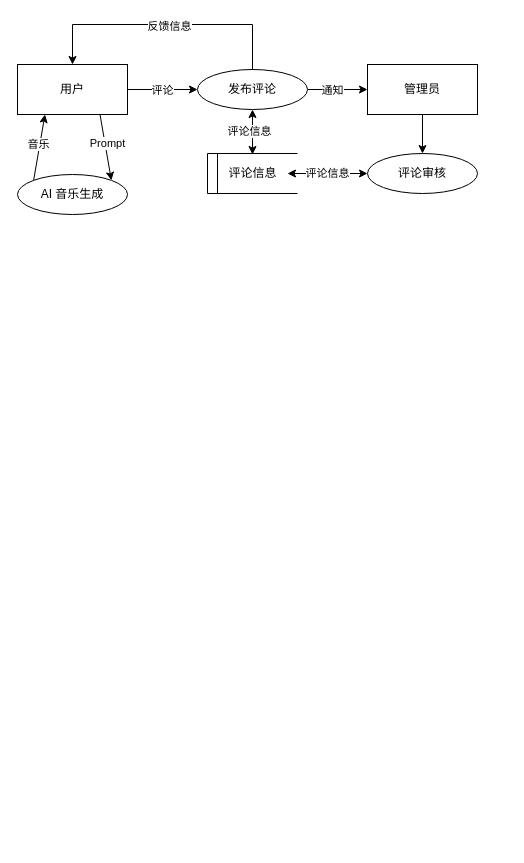
This is 文档/images/dataflow-1.drawio from SunSeaLucky/MusicStorm, a draw.io file, before an edit. Source tidied: cells renumbered, new cells numbered last; positions are measured from the earlier drawing's top-left corner, leaving out a move shared by most shapes. Both pictures are drawn from the tidied source at 100%, with x=0, y=0 at pixel (17, 24).
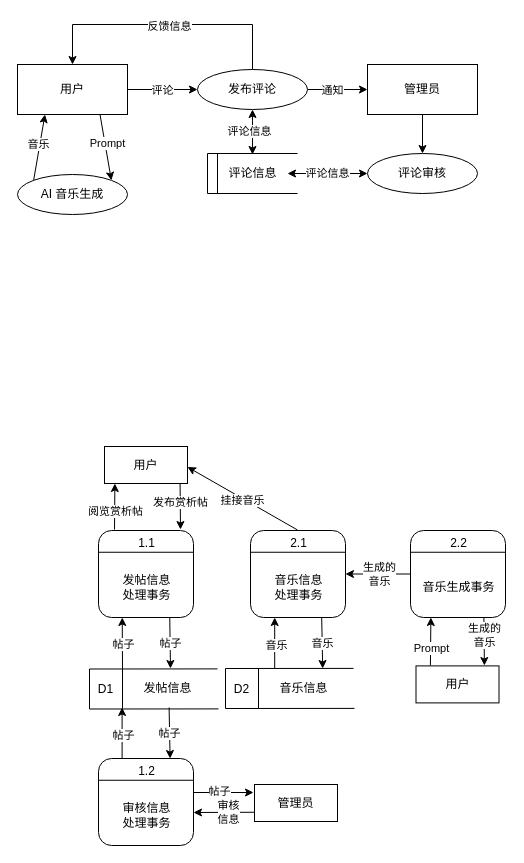
The same page after the edit.

Change to the diagram source:
```diff
@@
+    <mxCell id="28" style="edgeStyle=none;html=1;" parent="1" edge="1">
+      <mxGeometry relative="1" as="geometry">
+        <mxPoint x="162.6" y="459" as="sourcePoint" />
+        <mxPoint x="163" y="505" as="targetPoint" />
+      </mxGeometry>
+    </mxCell>
+    <mxCell id="29" value="&lt;span style=&quot;color: rgb(0, 0, 0);&quot;&gt;发布赏析帖&lt;/span&gt;" style="edgeLabel;html=1;align=center;verticalAlign=middle;" parent="28" vertex="1">
+      <mxGeometry x="-0.18" relative="1" as="geometry" />
+    </mxCell>
+    <mxCell id="30" value="用户" style="rounded=0;whiteSpace=wrap;html=1;" parent="1" vertex="1">
+      <mxGeometry x="87" y="422" width="83" height="37" as="geometry" />
+    </mxCell>
+    <mxCell id="31" style="endArrow=none;html=1;" parent="1" edge="1">
+      <mxGeometry relative="1" as="geometry">
+        <mxPoint x="72" y="644.5" as="sourcePoint" />
+        <mxPoint x="200" y="644.4" as="targetPoint" />
+      </mxGeometry>
+    </mxCell>
+    <mxCell id="32" style="endArrow=none;html=1;" parent="1" edge="1">
+      <mxGeometry relative="1" as="geometry">
+        <mxPoint x="72" y="684.5" as="sourcePoint" />
+        <mxPoint x="72" y="644.5" as="targetPoint" />
+      </mxGeometry>
+    </mxCell>
+    <mxCell id="33" style="endArrow=none;html=1;" parent="1" edge="1">
+      <mxGeometry relative="1" as="geometry">
+        <mxPoint x="72" y="684.5" as="sourcePoint" />
+        <mxPoint x="201" y="684.4" as="targetPoint" />
+      </mxGeometry>
+    </mxCell>
+    <mxCell id="34" value="发帖信息" style="text;html=1;align=center;verticalAlign=middle;strokeColor=none;fillColor=none;" parent="1" vertex="1">
+      <mxGeometry x="117" y="651" width="66" height="26" as="geometry" />
+    </mxCell>
+    <mxCell id="35" style="endArrow=none;html=1;" parent="1" edge="1">
+      <mxGeometry relative="1" as="geometry">
+        <mxPoint x="105" y="684" as="sourcePoint" />
+        <mxPoint x="105" y="644" as="targetPoint" />
+      </mxGeometry>
+    </mxCell>
+    <mxCell id="36" value="D1" style="text;html=1;align=center;verticalAlign=middle;strokeColor=none;fillColor=none;" parent="1" vertex="1">
+      <mxGeometry x="71" y="652.4" width="33" height="26" as="geometry" />
+    </mxCell>
+    <mxCell id="37" style="endArrow=none;html=1;" parent="1" edge="1">
+      <mxGeometry relative="1" as="geometry">
+        <mxPoint x="208" y="644" as="sourcePoint" />
+        <mxPoint x="336" y="643.9" as="targetPoint" />
+      </mxGeometry>
+    </mxCell>
+    <mxCell id="38" style="endArrow=none;html=1;" parent="1" edge="1">
+      <mxGeometry relative="1" as="geometry">
+        <mxPoint x="208" y="684" as="sourcePoint" />
+        <mxPoint x="208" y="644" as="targetPoint" />
+      </mxGeometry>
+    </mxCell>
+    <mxCell id="39" style="endArrow=none;html=1;" parent="1" edge="1">
+      <mxGeometry relative="1" as="geometry">
+        <mxPoint x="208" y="684" as="sourcePoint" />
+        <mxPoint x="337" y="683.9" as="targetPoint" />
+      </mxGeometry>
+    </mxCell>
+    <mxCell id="40" value="&lt;span style=&quot;color: rgb(0, 0, 0);&quot;&gt;音乐信息&lt;/span&gt;" style="text;html=1;align=center;verticalAlign=middle;strokeColor=none;fillColor=none;" parent="1" vertex="1">
+      <mxGeometry x="253" y="650.5" width="66" height="26" as="geometry" />
+    </mxCell>
+    <mxCell id="41" style="endArrow=none;html=1;" parent="1" edge="1">
+      <mxGeometry relative="1" as="geometry">
+        <mxPoint x="241" y="683.5" as="sourcePoint" />
+        <mxPoint x="241" y="643.5" as="targetPoint" />
+      </mxGeometry>
+    </mxCell>
+    <mxCell id="42" value="D2" style="text;html=1;align=center;verticalAlign=middle;strokeColor=none;fillColor=none;" parent="1" vertex="1">
+      <mxGeometry x="207" y="651.9" width="33" height="26" as="geometry" />
+    </mxCell>
+    <mxCell id="43" style="rounded=1;whiteSpace=wrap;html=1;" parent="1" vertex="1">
+      <mxGeometry x="81" y="506" width="95" height="87" as="geometry" />
+    </mxCell>
+    <mxCell id="44" style="endArrow=none;html=1;exitX=0;exitY=0.25;exitDx=0;exitDy=0;entryX=1;entryY=0.25;entryDx=0;entryDy=0;" parent="1" edge="1" source="43" target="43">
+      <mxGeometry relative="1" as="geometry" />
+    </mxCell>
+    <mxCell id="45" value="1.1" style="text;html=1;align=center;verticalAlign=middle;strokeColor=none;fillColor=none;" parent="1" vertex="1">
+      <mxGeometry x="111" y="506" width="35" height="26" as="geometry" />
+    </mxCell>
+    <mxCell id="46" value="发帖信息&lt;div&gt;处理事务&lt;/div&gt;" style="text;html=1;align=center;verticalAlign=middle;strokeColor=none;fillColor=none;" parent="1" vertex="1">
+      <mxGeometry x="95.5" y="542" width="66" height="41" as="geometry" />
+    </mxCell>
+    <mxCell id="47" style="endArrow=classic;html=1;entryX=0.25;entryY=1;entryDx=0;entryDy=0;" parent="1" edge="1" target="43">
+      <mxGeometry relative="1" as="geometry">
+        <mxPoint x="105" y="644" as="sourcePoint" />
+      </mxGeometry>
+    </mxCell>
+    <mxCell id="48" value="帖子" style="edgeLabel;html=1;align=center;verticalAlign=middle;" parent="47" vertex="1">
+      <mxGeometry x="-0.04" y="-1" relative="1" as="geometry" />
+    </mxCell>
+    <mxCell id="49" value="帖子" style="endArrow=classic;html=1;exitX=0.75;exitY=1;exitDx=0;exitDy=0;" parent="1" edge="1" source="43">
+      <mxGeometry relative="1" as="geometry">
+        <mxPoint x="153" y="644" as="targetPoint" />
+      </mxGeometry>
+    </mxCell>
+    <mxCell id="50" style="rounded=1;whiteSpace=wrap;html=1;" parent="1" vertex="1">
+      <mxGeometry x="233" y="506" width="95" height="87" as="geometry" />
+    </mxCell>
+    <mxCell id="51" style="endArrow=none;html=1;exitX=0;exitY=0.25;exitDx=0;exitDy=0;entryX=1;entryY=0.25;entryDx=0;entryDy=0;" parent="1" edge="1" source="50" target="50">
+      <mxGeometry relative="1" as="geometry" />
+    </mxCell>
+    <mxCell id="52" style="edgeStyle=none;html=1;entryX=1;entryY=0.5;entryDx=0;entryDy=0;exitX=0.486;exitY=-0.02;exitDx=0;exitDy=0;exitPerimeter=0;" parent="1" edge="1" source="54">
+      <mxGeometry relative="1" as="geometry">
+        <mxPoint x="170" y="442.5" as="targetPoint" />
+      </mxGeometry>
+    </mxCell>
+    <mxCell id="53" value="挂接音乐" style="edgeLabel;html=1;align=center;verticalAlign=middle;" parent="52" vertex="1">
+      <mxGeometry y="1" relative="1" as="geometry" />
+    </mxCell>
+    <mxCell id="54" value="2.1" style="text;html=1;align=center;verticalAlign=middle;points=[];strokeColor=none;fillColor=none;" parent="1" vertex="1">
+      <mxGeometry x="263" y="506" width="35" height="26" as="geometry" />
+    </mxCell>
+    <mxCell id="55" value="音乐信息&lt;div&gt;处理事务&lt;/div&gt;" style="text;html=1;align=center;verticalAlign=middle;strokeColor=none;fillColor=none;" parent="1" vertex="1">
+      <mxGeometry x="247.5" y="542" width="66" height="41" as="geometry" />
+    </mxCell>
+    <mxCell id="56" style="endArrow=classic;html=1;entryX=0.25;entryY=1;entryDx=0;entryDy=0;" parent="1" edge="1">
+      <mxGeometry relative="1" as="geometry">
+        <mxPoint x="257.2" y="644" as="sourcePoint" />
+        <mxPoint x="257.2" y="593" as="targetPoint" />
+      </mxGeometry>
+    </mxCell>
+    <mxCell id="57" value="音乐" style="edgeLabel;html=1;align=center;verticalAlign=middle;" parent="56" vertex="1">
+      <mxGeometry x="-0.04" y="-1" relative="1" as="geometry" />
+    </mxCell>
+    <mxCell id="58" value="音乐" style="endArrow=classic;html=1;exitX=0.75;exitY=1;exitDx=0;exitDy=0;" parent="1" edge="1">
+      <mxGeometry relative="1" as="geometry">
+        <mxPoint x="304.2" y="593" as="sourcePoint" />
+        <mxPoint x="305.2" y="644" as="targetPoint" />
+      </mxGeometry>
+    </mxCell>
+    <mxCell id="59" style="edgeStyle=none;html=1;entryX=1;entryY=0.5;entryDx=0;entryDy=0;" parent="1" edge="1" source="61" target="50">
+      <mxGeometry relative="1" as="geometry" />
+    </mxCell>
+    <mxCell id="60" value="生成的&lt;div&gt;音乐&lt;/div&gt;" style="edgeLabel;html=1;align=center;verticalAlign=middle;" parent="59" vertex="1">
+      <mxGeometry x="-0.02" relative="1" as="geometry" />
+    </mxCell>
+    <mxCell id="61" style="rounded=1;whiteSpace=wrap;html=1;" parent="1" vertex="1">
+      <mxGeometry x="393" y="506" width="95" height="87" as="geometry" />
+    </mxCell>
+    <mxCell id="62" style="endArrow=none;html=1;exitX=0;exitY=0.25;exitDx=0;exitDy=0;entryX=1;entryY=0.25;entryDx=0;entryDy=0;" parent="1" edge="1" source="61" target="61">
+      <mxGeometry relative="1" as="geometry" />
+    </mxCell>
+    <mxCell id="63" value="2.2" style="text;html=1;align=center;verticalAlign=middle;strokeColor=none;fillColor=none;" parent="1" vertex="1">
+      <mxGeometry x="423" y="506" width="35" height="26" as="geometry" />
+    </mxCell>
+    <mxCell id="64" value="音乐生成事务" style="text;html=1;align=center;verticalAlign=middle;strokeColor=none;fillColor=none;" parent="1" vertex="1">
+      <mxGeometry x="395.5" y="550" width="90" height="26" as="geometry" />
+    </mxCell>
+    <mxCell id="65" style="edgeStyle=none;html=1;" parent="1" edge="1">
+      <mxGeometry relative="1" as="geometry">
+        <mxPoint x="97" y="505" as="sourcePoint" />
+        <mxPoint x="97.4" y="459" as="targetPoint" />
+      </mxGeometry>
+    </mxCell>
+    <mxCell id="66" value="&lt;span style=&quot;color: rgb(0, 0, 0);&quot;&gt;阅览赏析帖&lt;/span&gt;" style="edgeLabel;html=1;align=center;verticalAlign=middle;" parent="65" vertex="1">
+      <mxGeometry x="-0.18" relative="1" as="geometry" />
+    </mxCell>
+    <mxCell id="67" style="edgeStyle=none;html=1;exitX=0.5;exitY=1;exitDx=0;exitDy=0;" parent="1" edge="1">
+      <mxGeometry relative="1" as="geometry">
+        <mxPoint x="412.9" y="641" as="sourcePoint" />
+        <mxPoint x="413.4" y="593" as="targetPoint" />
+      </mxGeometry>
+    </mxCell>
+    <mxCell id="68" value="Prompt" style="edgeLabel;html=1;align=center;verticalAlign=middle;" parent="67" vertex="1">
+      <mxGeometry x="-0.26" relative="1" as="geometry" />
+    </mxCell>
+    <mxCell id="69" value="用户" style="rounded=0;whiteSpace=wrap;html=1;" parent="1" vertex="1">
+      <mxGeometry x="398.5" y="641.4" width="83" height="37" as="geometry" />
+    </mxCell>
+    <mxCell id="70" value="管理员" style="rounded=0;whiteSpace=wrap;html=1;" parent="1" vertex="1">
+      <mxGeometry x="237" y="760" width="83" height="37" as="geometry" />
+    </mxCell>
+    <mxCell id="71" style="edgeStyle=none;html=1;" parent="1" edge="1">
+      <mxGeometry relative="1" as="geometry">
+        <mxPoint x="176" y="768" as="sourcePoint" />
+        <mxPoint x="236" y="768" as="targetPoint" />
+      </mxGeometry>
+    </mxCell>
+    <mxCell id="72" value="帖子" style="edgeLabel;html=1;align=center;verticalAlign=middle;" parent="71" vertex="1">
+      <mxGeometry x="-0.18" y="2" relative="1" as="geometry" />
+    </mxCell>
+    <mxCell id="73" style="rounded=1;whiteSpace=wrap;html=1;" parent="1" vertex="1">
+      <mxGeometry x="81" y="734" width="95" height="87" as="geometry" />
+    </mxCell>
+    <mxCell id="74" style="endArrow=none;html=1;exitX=0;exitY=0.25;exitDx=0;exitDy=0;entryX=1;entryY=0.25;entryDx=0;entryDy=0;" parent="1" edge="1" source="73" target="73">
+      <mxGeometry relative="1" as="geometry" />
+    </mxCell>
+    <mxCell id="75" value="1.2" style="text;html=1;align=center;verticalAlign=middle;strokeColor=none;fillColor=none;" parent="1" vertex="1">
+      <mxGeometry x="111" y="734" width="35" height="26" as="geometry" />
+    </mxCell>
+    <mxCell id="76" value="审核信息&lt;div&gt;处理事务&lt;/div&gt;" style="text;html=1;align=center;verticalAlign=middle;strokeColor=none;fillColor=none;" parent="1" vertex="1">
+      <mxGeometry x="95.5" y="770" width="66" height="41" as="geometry" />
+    </mxCell>
+    <mxCell id="77" style="endArrow=classic;html=1;entryX=0.25;entryY=1;entryDx=0;entryDy=0;" parent="1" edge="1">
+      <mxGeometry relative="1" as="geometry">
+        <mxPoint x="104.6" y="734" as="sourcePoint" />
+        <mxPoint x="104.6" y="683" as="targetPoint" />
+      </mxGeometry>
+    </mxCell>
+    <mxCell id="78" value="帖子" style="edgeLabel;html=1;align=center;verticalAlign=middle;" parent="77" vertex="1">
+      <mxGeometry x="-0.04" y="-1" relative="1" as="geometry" />
+    </mxCell>
+    <mxCell id="79" value="帖子" style="endArrow=classic;html=1;exitX=0.75;exitY=1;exitDx=0;exitDy=0;" parent="1" edge="1">
+      <mxGeometry relative="1" as="geometry">
+        <mxPoint x="151.6" y="683" as="sourcePoint" />
+        <mxPoint x="152.6" y="734" as="targetPoint" />
+      </mxGeometry>
+    </mxCell>
+    <mxCell id="80" style="edgeStyle=none;html=1;entryX=0;entryY=0.5;entryDx=0;entryDy=0;exitX=0;exitY=0.75;exitDx=0;exitDy=0;" parent="1" edge="1" source="70">
+      <mxGeometry relative="1" as="geometry">
+        <mxPoint x="176" y="788" as="targetPoint" />
+      </mxGeometry>
+    </mxCell>
+    <mxCell id="81" value="审核&lt;div&gt;信息&lt;/div&gt;" style="edgeLabel;html=1;align=center;verticalAlign=middle;" parent="80" vertex="1">
+      <mxGeometry x="-0.11" relative="1" as="geometry" />
+    </mxCell>
+    <mxCell id="82" style="edgeStyle=none;html=1;exitX=0.5;exitY=1;exitDx=0;exitDy=0;" parent="1" edge="1">
+      <mxGeometry relative="1" as="geometry">
+        <mxPoint x="466.4" y="593" as="sourcePoint" />
+        <mxPoint x="466.9" y="641" as="targetPoint" />
+      </mxGeometry>
+    </mxCell>
+    <mxCell id="83" value="&lt;span style=&quot;color: rgb(0, 0, 0);&quot;&gt;生成的&lt;/span&gt;&lt;div&gt;音乐&lt;/div&gt;" style="edgeLabel;html=1;align=center;verticalAlign=middle;" parent="82" vertex="1">
+      <mxGeometry x="-0.26" relative="1" as="geometry" />
+    </mxCell>
```
